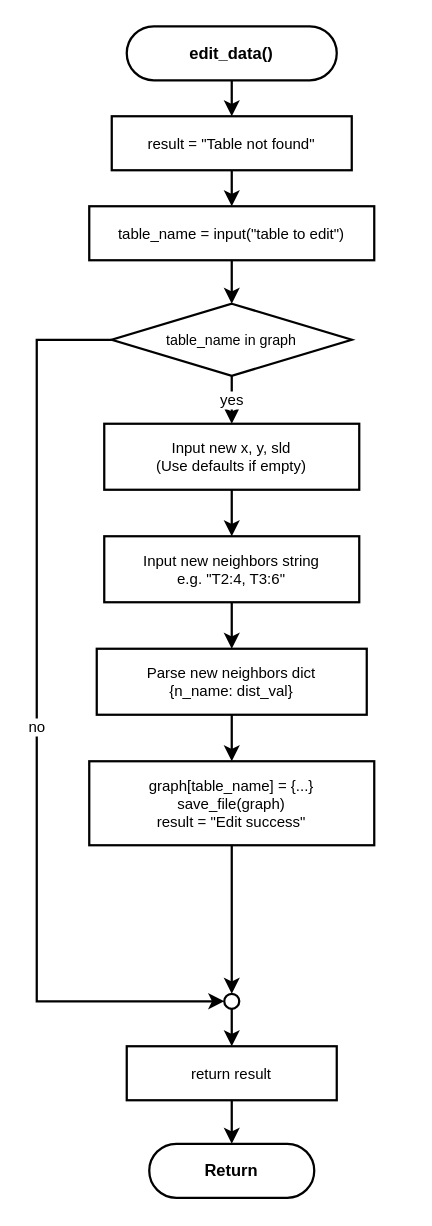
The draw.io diagram program002/flowchart/06_edit_data.drawio in kittiphong064008-cyber/AI-Coding, before the edit. Source tidied: cells renumbered, new cells numbered last; positions are measured from the earlier drawing's top-left corner, leaving out a move shared by most shapes. Both pictures are drawn from the tidied source at 150%, with x=0, y=0 at pixel (36, 26).
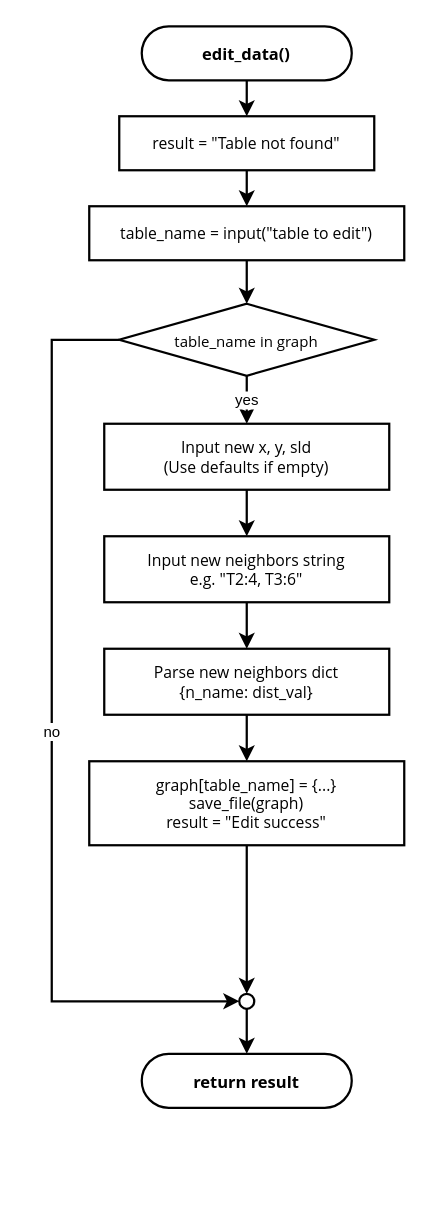
After the change.

The edit, as a diff of the source:
```diff
@@
-    <mxCell id="2" value="edit_data()" style="rounded=1;whiteSpace=wrap;html=1;arcSize=50;fillColor=#ffffff;strokeColor=#000000;strokeWidth=1.5;fontSize=11;fontFamily=Helvetica;fontStyle=1;" parent="1" vertex="1">
-      <mxGeometry x="60" width="140" height="36" as="geometry" />
+    <mxCell id="2" value="edit_data()" style="rounded=1;whiteSpace=wrap;html=1;arcSize=50;fillColor=#ffffff;strokeColor=#000000;strokeWidth=1.5;fontSize=11;fontFamily=Segoe UI;fontStyle=1;" parent="1" vertex="1">
+      <mxGeometry x="70" width="140" height="36" as="geometry" />
     </mxCell>
-    <mxCell id="3" value="result = &quot;Table not found&quot;" style="rounded=0;whiteSpace=wrap;html=1;fillColor=#ffffff;strokeColor=#000000;strokeWidth=1.5;fontSize=10;fontFamily=Helvetica;" parent="1" vertex="1">
-      <mxGeometry x="50" y="60" width="160" height="36" as="geometry" />
+    <mxCell id="3" value="result = &quot;Table not found&quot;" style="rounded=0;whiteSpace=wrap;html=1;fillColor=#ffffff;strokeColor=#000000;strokeWidth=1.5;fontSize=10.5;fontFamily=Segoe UI;" parent="1" vertex="1">
+      <mxGeometry x="55" y="60" width="170" height="36" as="geometry" />
     </mxCell>
-    <mxCell id="4" value="table_name = input(&quot;table to edit&quot;)" style="rounded=0;whiteSpace=wrap;html=1;fillColor=#ffffff;strokeColor=#000000;strokeWidth=1.5;fontSize=10;fontFamily=Helvetica;" parent="1" vertex="1">
-      <mxGeometry x="35" y="120" width="190" height="36" as="geometry" />
+    <mxCell id="4" value="table_name = input(&quot;table to edit&quot;)" style="rounded=0;whiteSpace=wrap;html=1;fillColor=#ffffff;strokeColor=#000000;strokeWidth=1.5;fontSize=10.5;fontFamily=Segoe UI;" parent="1" vertex="1">
+      <mxGeometry x="35" y="120" width="210" height="36" as="geometry" />
     </mxCell>
-    <mxCell id="5" value="table_name in graph" style="rhombus;whiteSpace=wrap;html=1;fillColor=#ffffff;strokeColor=#000000;strokeWidth=1.5;fontSize=9.5;fontFamily=Helvetica;" parent="1" vertex="1">
-      <mxGeometry x="50" y="185" width="160" height="48" as="geometry" />
+    <mxCell id="5" value="table_name in graph" style="rhombus;whiteSpace=wrap;html=1;fillColor=#ffffff;strokeColor=#000000;strokeWidth=1.5;fontSize=10;fontFamily=Segoe UI;" parent="1" vertex="1">
+      <mxGeometry x="55" y="185" width="170" height="48" as="geometry" />
     </mxCell>
     <mxCell id="6" style="ellipse;whiteSpace=wrap;html=1;fillColor=#ffffff;strokeColor=#000000;strokeWidth=1.5;" parent="1" vertex="1">
-      <mxGeometry x="125" y="645" width="10" height="10" as="geometry" />
+      <mxGeometry x="135" y="645" width="10" height="10" as="geometry" />
     </mxCell>
-    <mxCell id="7" value="Input new x, y, sld&#10;(Use defaults if empty)" style="rounded=0;whiteSpace=wrap;html=1;fillColor=#ffffff;strokeColor=#000000;strokeWidth=1.5;fontSize=10;fontFamily=Helvetica;" parent="1" vertex="1">
-      <mxGeometry x="45" y="265" width="170" height="44" as="geometry" />
+    <mxCell id="7" value="Input new x, y, sld&#10;(Use defaults if empty)" style="rounded=0;whiteSpace=wrap;html=1;fillColor=#ffffff;strokeColor=#000000;strokeWidth=1.5;fontSize=10.5;fontFamily=Segoe UI;" parent="1" vertex="1">
+      <mxGeometry x="45" y="265" width="190" height="44" as="geometry" />
     </mxCell>
-    <mxCell id="8" value="Input new neighbors string&#10;e.g. &quot;T2:4, T3:6&quot;" style="rounded=0;whiteSpace=wrap;html=1;fillColor=#ffffff;strokeColor=#000000;strokeWidth=1.5;fontSize=10;fontFamily=Helvetica;" parent="1" vertex="1">
-      <mxGeometry x="45" y="340" width="170" height="44" as="geometry" />
+    <mxCell id="8" value="Input new neighbors string&#10;e.g. &quot;T2:4, T3:6&quot;" style="rounded=0;whiteSpace=wrap;html=1;fillColor=#ffffff;strokeColor=#000000;strokeWidth=1.5;fontSize=10.5;fontFamily=Segoe UI;" parent="1" vertex="1">
+      <mxGeometry x="45" y="340" width="190" height="44" as="geometry" />
     </mxCell>
-    <mxCell id="9" value="Parse new neighbors dict&#10;{n_name: dist_val}" style="rounded=0;whiteSpace=wrap;html=1;fillColor=#ffffff;strokeColor=#000000;strokeWidth=1.5;fontSize=10;fontFamily=Helvetica;" parent="1" vertex="1">
-      <mxGeometry x="40" y="415" width="180" height="44" as="geometry" />
+    <mxCell id="9" value="Parse new neighbors dict&#10;{n_name: dist_val}" style="rounded=0;whiteSpace=wrap;html=1;fillColor=#ffffff;strokeColor=#000000;strokeWidth=1.5;fontSize=10.5;fontFamily=Segoe UI;" parent="1" vertex="1">
+      <mxGeometry x="45" y="415" width="190" height="44" as="geometry" />
     </mxCell>
-    <mxCell id="10" value="graph[table_name] = {...}&#10;save_file(graph)&#10;result = &quot;Edit success&quot;" style="rounded=0;whiteSpace=wrap;html=1;fillColor=#ffffff;strokeColor=#000000;strokeWidth=1.5;fontSize=10;fontFamily=Helvetica;" parent="1" vertex="1">
-      <mxGeometry x="35" y="490" width="190" height="56" as="geometry" />
+    <mxCell id="10" value="graph[table_name] = {...}&#10;save_file(graph)&#10;result = &quot;Edit success&quot;" style="rounded=0;whiteSpace=wrap;html=1;fillColor=#ffffff;strokeColor=#000000;strokeWidth=1.5;fontSize=10.5;fontFamily=Segoe UI;" parent="1" vertex="1">
+      <mxGeometry x="35" y="490" width="210" height="56" as="geometry" />
     </mxCell>
-    <mxCell id="11" value="return result" style="rounded=0;whiteSpace=wrap;html=1;fillColor=#ffffff;strokeColor=#000000;strokeWidth=1.5;fontSize=10;fontFamily=Helvetica;" parent="1" vertex="1">
-      <mxGeometry x="60" y="680" width="140" height="36" as="geometry" />
-    </mxCell>
-    <mxCell id="12" value="Return" style="rounded=1;whiteSpace=wrap;html=1;arcSize=50;fillColor=#ffffff;strokeColor=#000000;strokeWidth=1.5;fontSize=11;fontFamily=Helvetica;fontStyle=1;" parent="1" vertex="1">
-      <mxGeometry x="75" y="745" width="110" height="36" as="geometry" />
+    <mxCell id="12" value="return result" style="rounded=1;whiteSpace=wrap;html=1;arcSize=50;fillColor=#ffffff;strokeColor=#000000;strokeWidth=1.5;fontSize=11;fontFamily=Segoe UI;fontStyle=1;" parent="1" vertex="1">
+      <mxGeometry x="70" y="685" width="140" height="36" as="geometry" />
     </mxCell>
@@
     <mxCell id="16" value="no" style="edgeStyle=orthogonalEdgeStyle;rounded=0;jettySize=auto;html=1;strokeWidth=1.5;strokeColor=#000000;fontSize=10;fontColor=#000000;exitX=0;exitY=0.5;exitDx=0;exitDy=0;entryX=0;entryY=0.5;entryDx=0;entryDy=0;" parent="1" edge="1" source="5" target="6">
       <mxGeometry relative="1" as="geometry">
         <Array as="points">
-          <mxPoint y="209" />
-          <mxPoint y="650" />
+          <mxPoint x="10" y="209" />
+          <mxPoint x="10" y="650" />
         </Array>
       </mxGeometry>
     </mxCell>
@@
-    <mxCell id="22" style="edgeStyle=orthogonalEdgeStyle;rounded=0;jettySize=auto;html=1;strokeWidth=1.5;strokeColor=#000000;fontSize=10;fontColor=#000000;" parent="1" edge="1" source="6" target="11">
+    <mxCell id="22" style="edgeStyle=orthogonalEdgeStyle;rounded=0;jettySize=auto;html=1;strokeWidth=1.5;strokeColor=#000000;fontSize=10;fontColor=#000000;" parent="1" edge="1" source="6" target="12">
       <mxGeometry relative="1" as="geometry" />
     </mxCell>
-    <mxCell id="23" style="edgeStyle=orthogonalEdgeStyle;rounded=0;jettySize=auto;html=1;strokeWidth=1.5;strokeColor=#000000;fontSize=10;fontColor=#000000;" parent="1" edge="1" source="11" target="12">
-      <mxGeometry relative="1" as="geometry" />
-    </mxCell>
```
